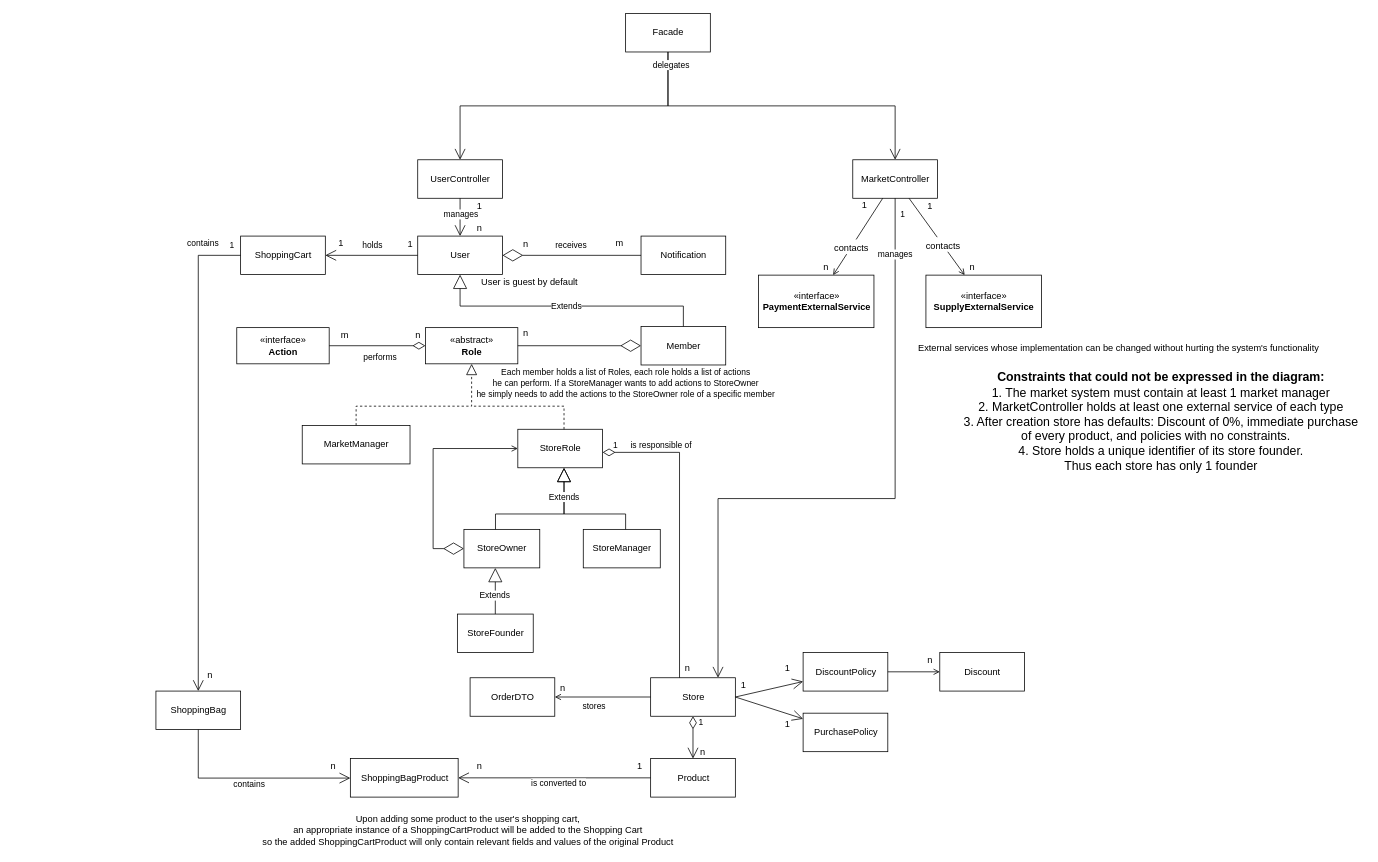
The draw.io diagram page "White Diagram" (1 of 2) of Workshop.drawio in itaitzruia4/Workshop, before the edit. Source tidied: cells renumbered, new cells numbered last; positions are measured from the earlier drawing's top-left corner, leaving out a move shared by most shapes. Both pictures are drawn from the tidied source at 77%, with x=0, y=0 at pixel (13, 13).
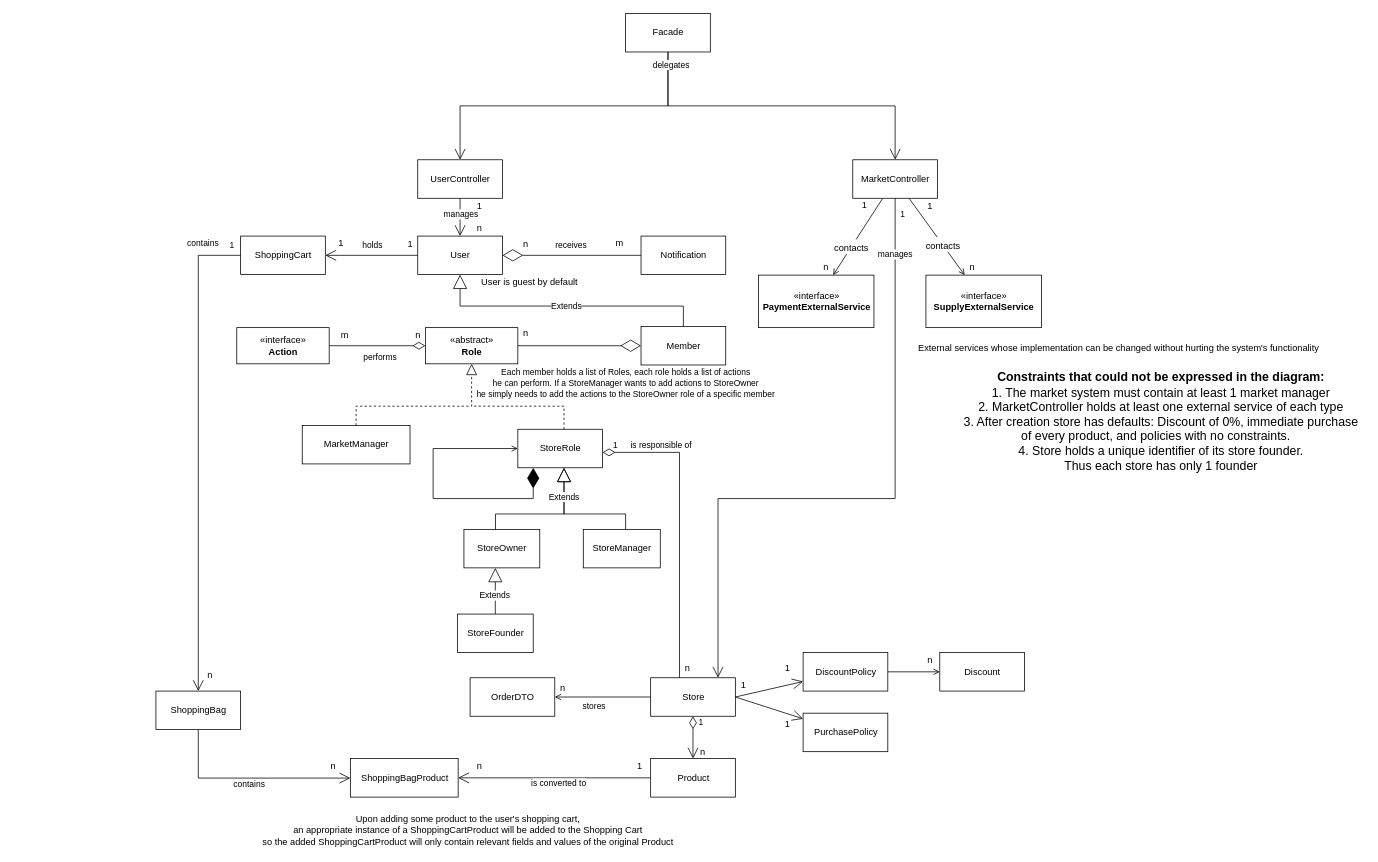
After the change.

Commit message:
changed store role relation from aggregation to composition

Unchanged cells that the change refers to:
```xml
<mxCell id="19" value="StoreOwner" style="html=1;" parent="1" vertex="1">
  <mxGeometry x="585" y="670" width="98.5" height="50" as="geometry" />
</mxCell>
<mxCell id="55" value="StoreRole" style="html=1;" parent="1" vertex="1">
  <mxGeometry x="655" y="540" width="110" height="50" as="geometry" />
</mxCell>
```

Change to the diagram source:
```diff
@@
-    <mxCell id="70" style="endArrow=diamondThin;endFill=0;endSize=24;html=1;rounded=0;startArrow=open;edgeStyle=orthogonalEdgeStyle;startFill=0;" parent="1" edge="1" source="55" target="19">
+    <mxCell id="70" style="endArrow=diamondThin;endFill=1;endSize=24;html=1;rounded=0;startArrow=open;edgeStyle=orthogonalEdgeStyle;startFill=0;" parent="1" edge="1" source="55" target="55">
       <mxGeometry relative="1" as="geometry">
         <Array as="points">
           <mxPoint x="545" y="565" />
-          <mxPoint x="545" y="695" />
+          <mxPoint x="545" y="630" />
+          <mxPoint x="675" y="630" />
         </Array>
       </mxGeometry>
     </mxCell>
```
